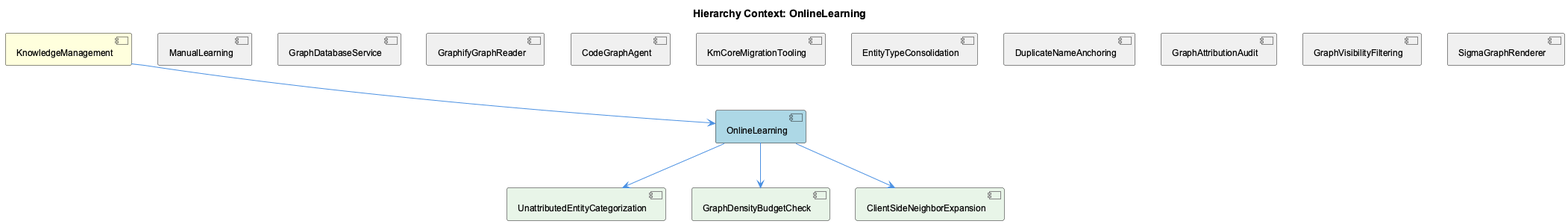
fwornle/coding keeps this PlantUML diagram as knowledge-management/insights/images/online-learning-relationship.png. Above is the earlier version.
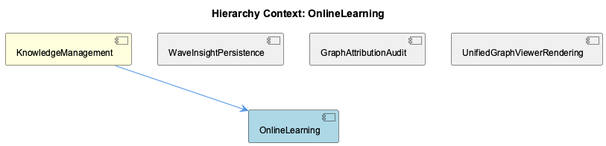
The same diagram one commit later.

The edit, as a diff of the source:
```diff
@@ -5,33 +5,13 @@
 
 [KnowledgeManagement] as knowledge_management #FFFFDD
 [OnlineLearning] as online_learning #LightBlue
-[ManualLearning] as manual_learning #F0F0F0
-[GraphDatabaseService] as graph_database_service #F0F0F0
-[GraphifyGraphReader] as graphify_graph_reader #F0F0F0
-[CodeGraphAgent] as code_graph_agent #F0F0F0
-[KmCoreMigrationTooling] as km_core_migration_tooling #F0F0F0
-[EntityTypeConsolidation] as entity_type_consolidation #F0F0F0
-[DuplicateNameAnchoring] as duplicate_name_anchoring #F0F0F0
+[WaveInsightPersistence] as wave_insight_persistence #F0F0F0
 [GraphAttributionAudit] as graph_attribution_audit #F0F0F0
-[GraphVisibilityFiltering] as graph_visibility_filtering #F0F0F0
-[SigmaGraphRenderer] as sigma_graph_renderer #F0F0F0
-[UnattributedEntityCategorization] as unattributed_entity_categorization #E8F5E8
-[GraphDensityBudgetCheck] as graph_density_budget_check #E8F5E8
-[ClientSideNeighborExpansion] as client_side_neighbor_expansion #E8F5E8
+[UnifiedGraphViewerRendering] as unified_graph_viewer_rendering #F0F0F0
 
 knowledge_management --> online_learning
-manual_learning -[hidden]- online_learning
-graph_database_service -[hidden]- online_learning
-graphify_graph_reader -[hidden]- online_learning
-code_graph_agent -[hidden]- online_learning
-km_core_migration_tooling -[hidden]- online_learning
-entity_type_consolidation -[hidden]- online_learning
-duplicate_name_anchoring -[hidden]- online_learning
+wave_insight_persistence -[hidden]- online_learning
 graph_attribution_audit -[hidden]- online_learning
-graph_visibility_filtering -[hidden]- online_learning
-sigma_graph_renderer -[hidden]- online_learning
-online_learning --> unattributed_entity_categorization
-online_learning --> graph_density_budget_check
-online_learning --> client_side_neighbor_expansion
+unified_graph_viewer_rendering -[hidden]- online_learning
 
 @enduml
```
